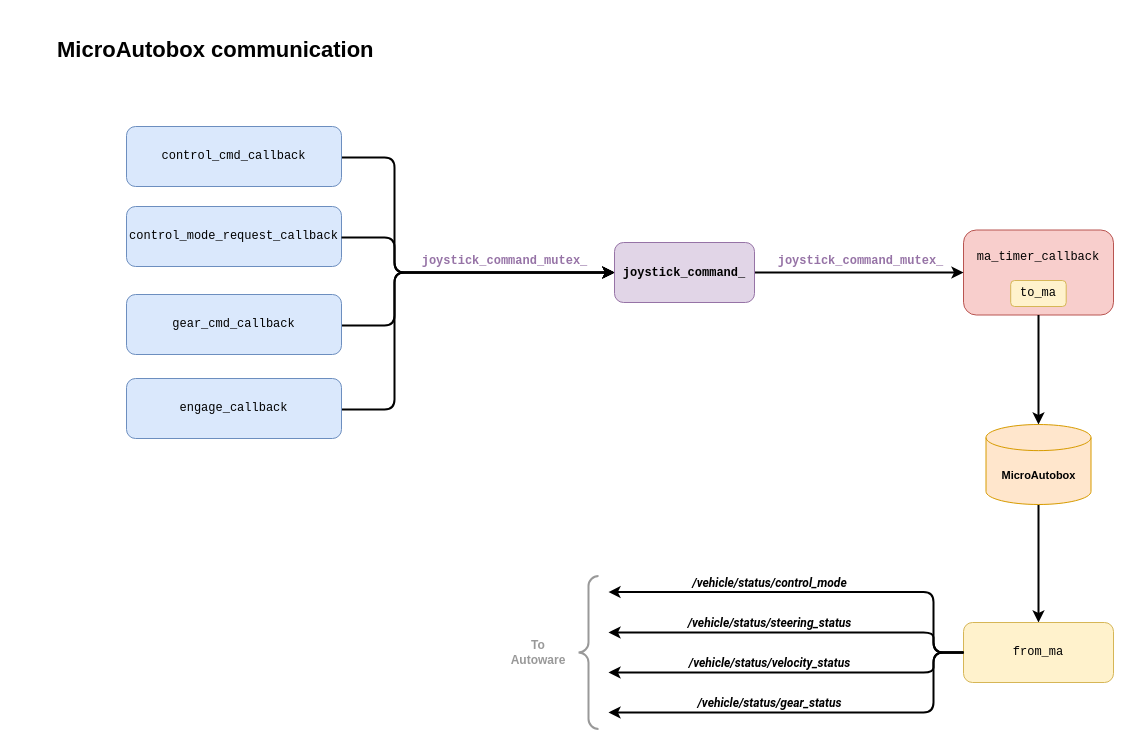
Above: page "MA Communication" (5 of 6) of docs/VILMA02_Vehicle_Interface.drawio in LMA-FEM-UNICAMP/vilma_interface (draw.io), before the change. Source tidied: cells renumbered, new cells numbered last; positions are measured from the earlier drawing's top-left corner, leaving out a move shared by most shapes. Both pictures are drawn from the tidied source at 100%, with x=0, y=0 at pixel (55, 30).
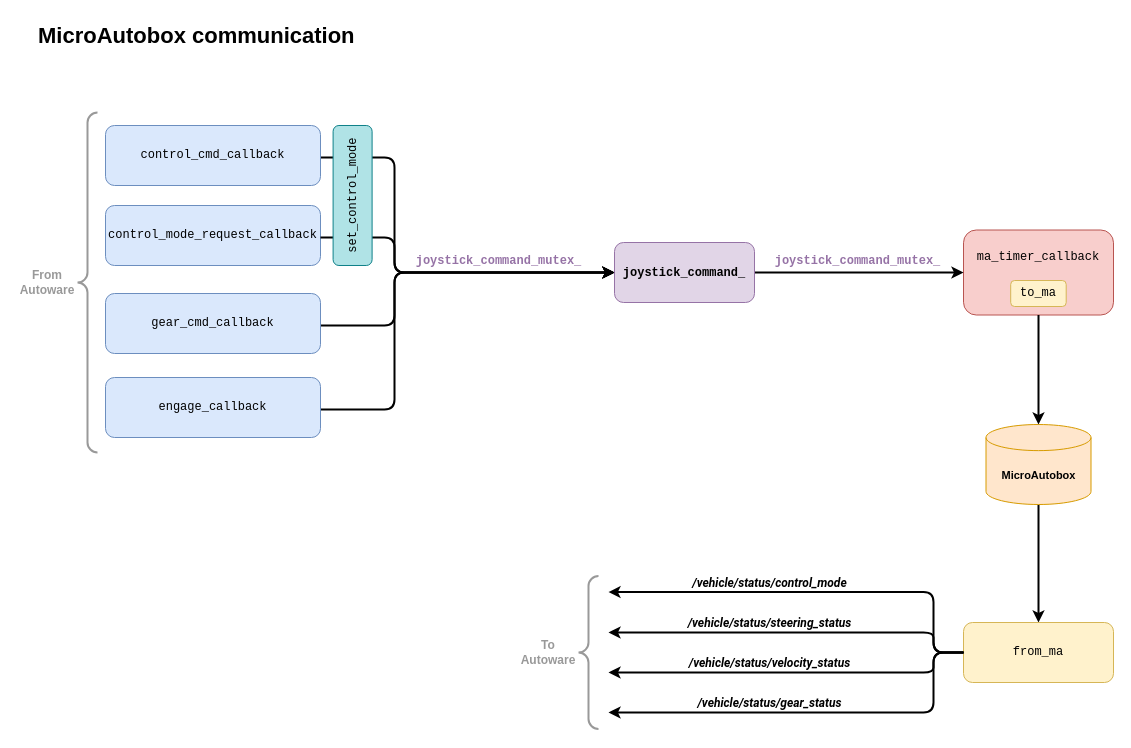
After the change.

Unchanged cells that the change refers to:
```xml
<mxCell id="10" style="edgeStyle=orthogonalEdgeStyle;shape=connector;curved=0;rounded=1;jettySize=auto;html=1;entryX=0;entryY=0.5;entryDx=0;entryDy=0;strokeColor=default;strokeWidth=2;align=center;verticalAlign=middle;fontFamily=Helvetica;fontSize=11;fontColor=default;labelBackgroundColor=default;endArrow=classic;" parent="1" edge="1" source="12" target="9">
  <mxGeometry relative="1" as="geometry" />
</mxCell>
```

Change to the diagram source:
```diff
@@
     <mxCell id="3" value="&lt;span style=&quot;font-family: &amp;quot;Courier New&amp;quot;; font-size: 12px; text-align: left;&quot;&gt;gear_cmd_callback&lt;/span&gt;" style="rounded=1;whiteSpace=wrap;html=1;fontFamily=Helvetica;fontSize=11;labelBackgroundColor=none;fillColor=#dae8fc;strokeColor=#6c8ebf;" parent="1" vertex="1">
-      <mxGeometry x="71" y="264" width="215" height="60" as="geometry" />
+      <mxGeometry x="50" y="263" width="215" height="60" as="geometry" />
     </mxCell>
@@
     <mxCell id="5" value="&lt;span style=&quot;font-family: &amp;quot;Courier New&amp;quot;; font-size: 12px; text-align: left;&quot;&gt;engage_callback&lt;/span&gt;" style="rounded=1;whiteSpace=wrap;html=1;fontFamily=Helvetica;fontSize=11;labelBackgroundColor=none;fillColor=#dae8fc;strokeColor=#6c8ebf;" parent="1" vertex="1">
-      <mxGeometry x="71" y="348" width="215" height="60" as="geometry" />
+      <mxGeometry x="50" y="347" width="215" height="60" as="geometry" />
     </mxCell>
     <mxCell id="6" value="&lt;span style=&quot;font-family: &amp;quot;Courier New&amp;quot;; font-size: 12px; text-align: left;&quot;&gt;control_mode_request_callback&lt;/span&gt;" style="rounded=1;whiteSpace=wrap;html=1;fontFamily=Helvetica;fontSize=11;labelBackgroundColor=none;fillColor=#dae8fc;strokeColor=#6c8ebf;" parent="1" vertex="1">
-      <mxGeometry x="71" y="176" width="215" height="60" as="geometry" />
+      <mxGeometry x="50" y="175" width="215" height="60" as="geometry" />
     </mxCell>
@@
     <mxCell id="8" value="&lt;span style=&quot;font-family: &amp;quot;Courier New&amp;quot;; font-size: 12px; text-align: left;&quot;&gt;control_cmd_callback&lt;/span&gt;" style="rounded=1;whiteSpace=wrap;html=1;fontFamily=Helvetica;fontSize=11;labelBackgroundColor=none;fillColor=#dae8fc;strokeColor=#6c8ebf;" parent="1" vertex="1">
-      <mxGeometry x="71" y="96" width="215" height="60" as="geometry" />
+      <mxGeometry x="50" y="95" width="215" height="60" as="geometry" />
     </mxCell>
@@
     <mxCell id="11" value="&lt;b style=&quot;color: rgb(150, 115, 166); text-wrap: wrap; font-size: 12px;&quot;&gt;&lt;font face=&quot;Courier New&quot;&gt;joystick_command_mutex_&lt;/font&gt;&lt;/b&gt;" style="edgeLabel;html=1;align=center;verticalAlign=middle;fontFamily=Helvetica;fontSize=11;fontColor=default;labelBackgroundColor=none;" parent="10" vertex="1">
       <mxGeometry x="0.04" y="-5" relative="1" as="geometry">
-        <mxPoint x="-4" y="-18" as="offset" />
+        <mxPoint x="-7" y="-18" as="offset" />
       </mxGeometry>
     </mxCell>
@@
     <mxCell id="27" value="To Autoware" style="text;html=1;align=center;verticalAlign=middle;whiteSpace=wrap;rounded=0;fontStyle=1;fontColor=#999999;strokeColor=none;" parent="1" vertex="1">
-      <mxGeometry x="453" y="607" width="60" height="30" as="geometry" />
+      <mxGeometry x="463" y="607" width="60" height="30" as="geometry" />
     </mxCell>
     <mxCell id="28" style="labelPosition=right;align=left;strokeWidth=2;shape=mxgraph.mockup.markup.curlyBrace;html=1;shadow=0;dashed=0;strokeColor=#999999;direction=north;fontColor=#999999;" parent="1" vertex="1">
-      <mxGeometry x="523" y="545.5" width="20" height="152.9" as="geometry" />
+      <mxGeometry x="523" y="545.6" width="20" height="152.9" as="geometry" />
     </mxCell>
     <mxCell id="29" value="&lt;h1 style=&quot;margin-top: 0px;&quot;&gt;MicroAutobox communication&lt;/h1&gt;" style="text;html=1;whiteSpace=wrap;overflow=hidden;rounded=0;fontFamily=Helvetica;fontSize=11;fontColor=default;labelBackgroundColor=none;" parent="1" vertex="1">
-      <mxGeometry width="410" height="50" as="geometry" />
+      <mxGeometry x="-19" y="-13.9" width="410" height="50" as="geometry" />
     </mxCell>
@@
+    <mxCell id="31" value="&lt;div style=&quot;text-align: left;&quot;&gt;&lt;span style=&quot;background-color: transparent; font-size: 12px;&quot;&gt;&lt;font face=&quot;Courier New&quot;&gt;set_control_mode&lt;/font&gt;&lt;/span&gt;&lt;/div&gt;" style="rounded=1;whiteSpace=wrap;html=1;fontFamily=Helvetica;fontSize=11;labelBackgroundColor=none;fillColor=#b0e3e6;strokeColor=#0e8088;rotation=-90;" parent="1" vertex="1">
+      <mxGeometry x="227.1" y="145.5" width="140" height="39" as="geometry" />
+    </mxCell>
+    <mxCell id="32" style="group;" parent="1" vertex="1">
+      <mxGeometry x="-38" y="82.1" width="80" height="339.9" as="geometry" />
+    </mxCell>
+    <mxCell id="33" value="From&lt;div&gt;Autoware&lt;/div&gt;" style="text;html=1;align=center;verticalAlign=middle;whiteSpace=wrap;rounded=0;fontStyle=1;fontColor=#999999;strokeColor=none;" parent="32" vertex="1">
+      <mxGeometry y="155" width="60" height="30" as="geometry" />
+    </mxCell>
+    <mxCell id="34" style="labelPosition=right;align=left;strokeWidth=2;shape=mxgraph.mockup.markup.curlyBrace;html=1;shadow=0;dashed=0;strokeColor=#999999;direction=north;fontColor=#999999;" parent="32" vertex="1">
+      <mxGeometry x="60" width="20" height="339.9" as="geometry" />
+    </mxCell>
```
